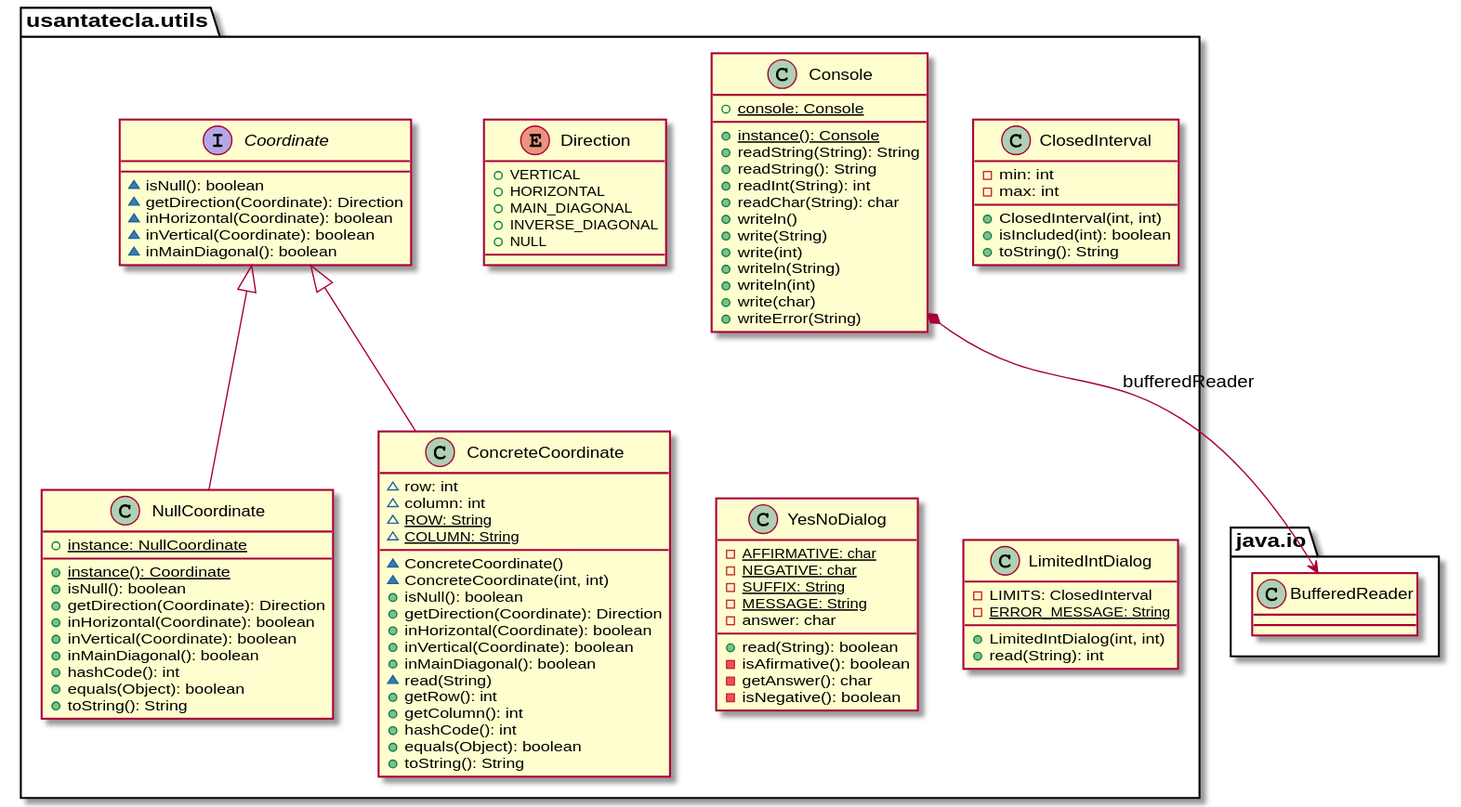
Before: domainModel/docs/diagrams/out/paquetes/utils.svg, a diagram exported from PlantUML (Jolucaa/USantaTecla-project-ticTacToe).
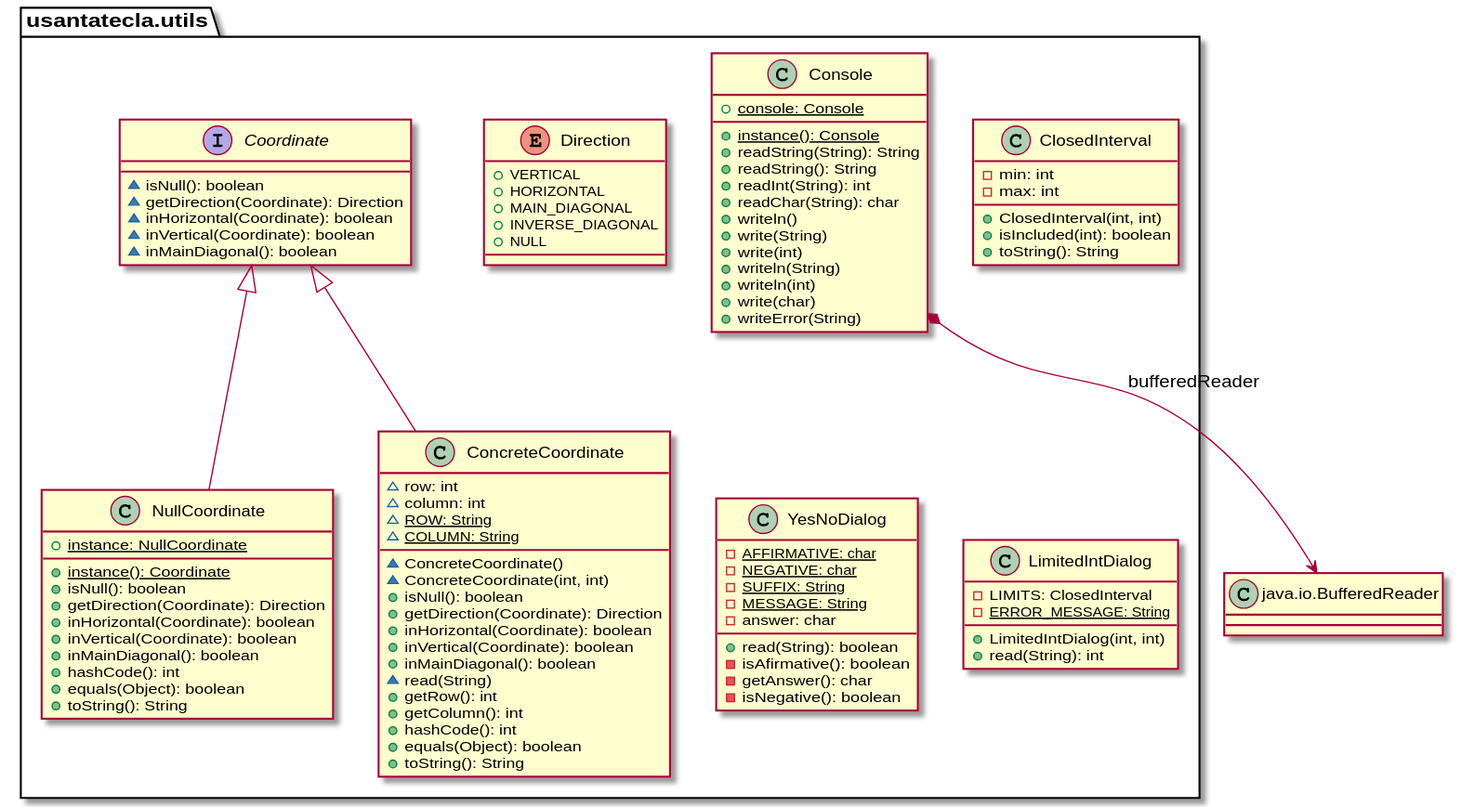
Above is the later version.

Commit message:
DomainModel diagrams finished updated

Change to the diagram source:
```diff
@@ -92,8 +92,14 @@
 	+ read(String): int
 }
 
+
+
 Coordinate <|-down- ConcreteCoordinate
 Coordinate <|-down- NullCoordinate
-Console *-down-> java.io.BufferedReader : bufferedReader
+
 }
+class BufferedReader as "java.io.BufferedReader"{
+
+}
+usantatecla.utils.Console *-down-> BufferedReader : bufferedReader
 @enduml
```
